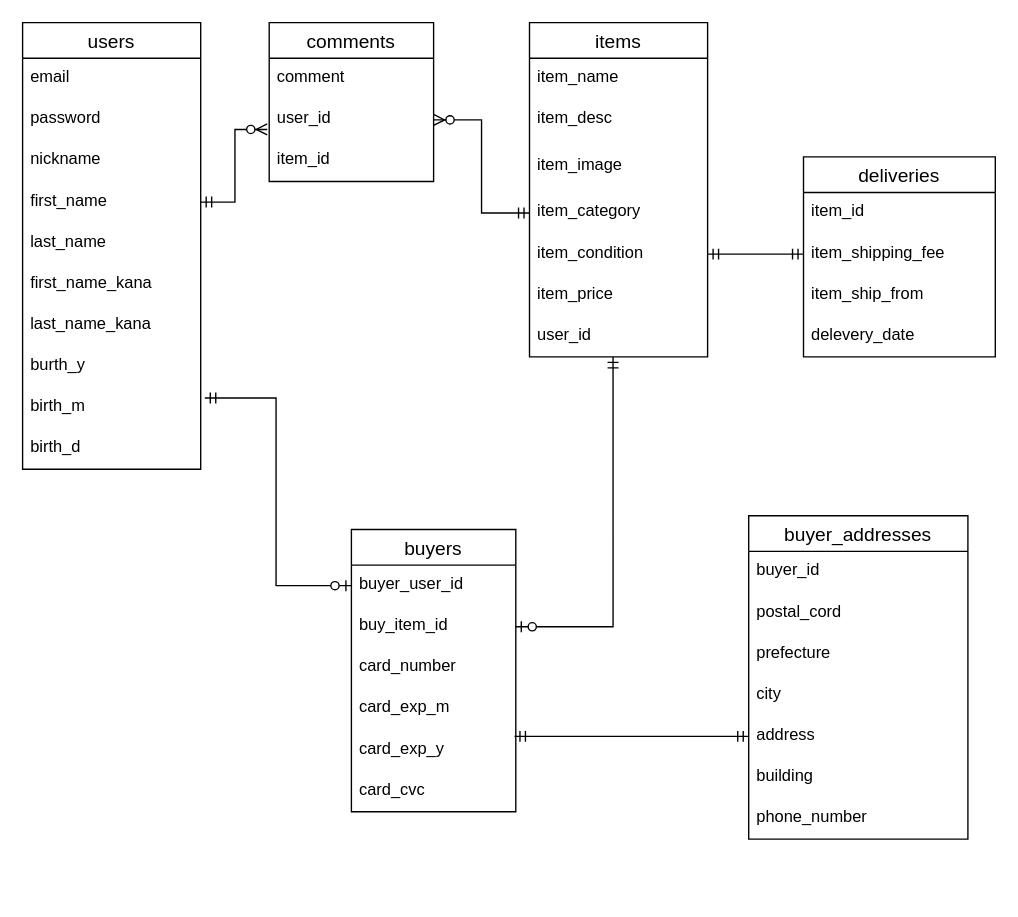
nzk-tomo/furima-31124 keeps this draw.io diagram as er.dio. Above is the earlier version. Source tidied: cells renumbered, new cells numbered last; positions are measured from the earlier drawing's top-left corner, leaving out a move shared by most shapes. Both pictures are drawn from the tidied source at 137%, with x=0, y=0 at pixel (22, 22).
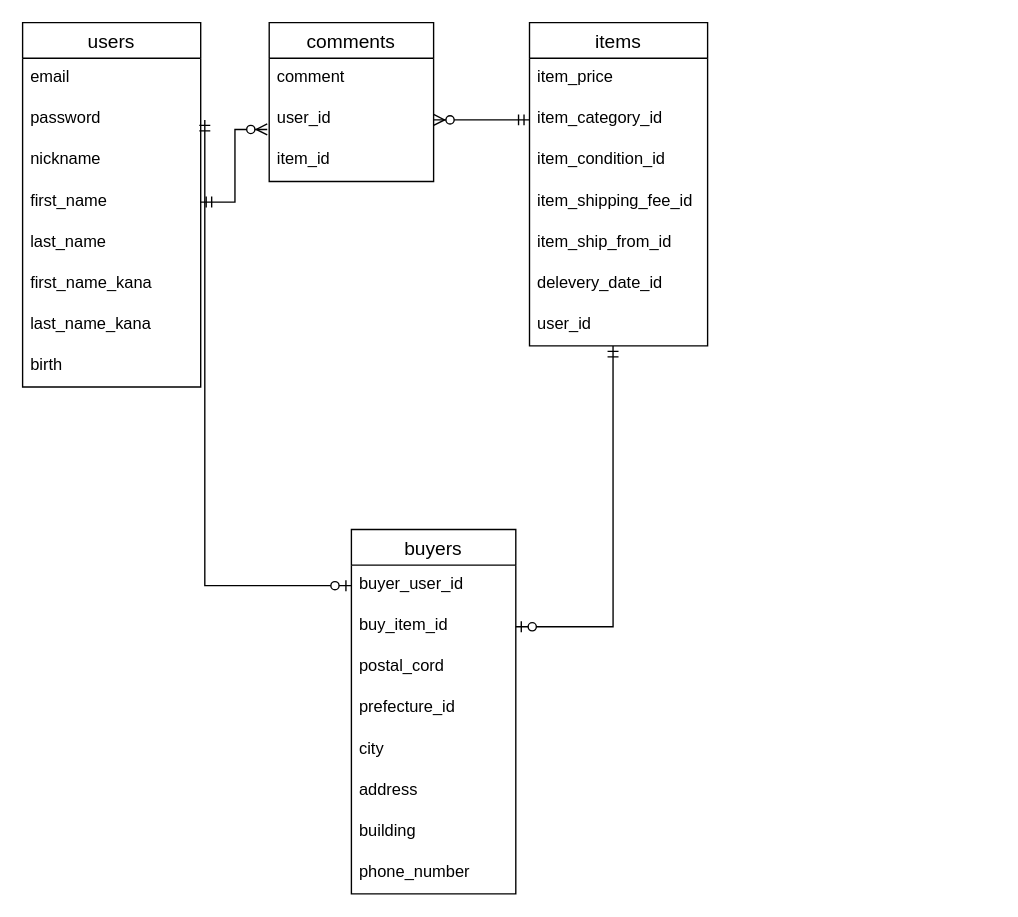
After the change.

The change refers to these unchanged cells:
```xml
<mxCell id="37" value="buyer_user_id" style="text;strokeColor=none;fillColor=none;spacingLeft=4;spacingRight=4;overflow=hidden;points=[[0,0.5],[1,0.5]];portConstraint=eastwest;fontSize=12;" parent="36" vertex="1">
  <mxGeometry y="26" width="120" height="30" as="geometry" />
</mxCell>
<mxCell id="38" value="buy_item_id" style="text;strokeColor=none;fillColor=none;spacingLeft=4;spacingRight=4;overflow=hidden;points=[[0,0.5],[1,0.5]];portConstraint=eastwest;fontSize=12;" parent="36" vertex="1">
  <mxGeometry y="56" width="120" height="30" as="geometry" />
</mxCell>
```

What changed in the source:
```diff
@@
-    <mxCell id="2" value="deliveries" style="swimlane;fontStyle=0;horizontal=1;startSize=26;align=center;fontSize=14;" parent="1" vertex="1">
-      <mxGeometry x="570" y="98" width="140" height="146" as="geometry" />
-    </mxCell>
-    <mxCell id="3" value="item_id" style="text;strokeColor=none;fillColor=none;spacingLeft=4;spacingRight=4;overflow=hidden;fontSize=12;" parent="2" vertex="1">
-      <mxGeometry y="26" width="140" height="30" as="geometry" />
-    </mxCell>
-    <mxCell id="4" value="item_shipping_fee" style="text;strokeColor=none;fillColor=none;spacingLeft=4;spacingRight=4;overflow=hidden;points=[[0,0.5],[1,0.5]];portConstraint=eastwest;fontSize=12;" parent="2" vertex="1">
-      <mxGeometry y="56" width="140" height="30" as="geometry" />
-    </mxCell>
-    <mxCell id="5" value="item_ship_from" style="text;strokeColor=none;fillColor=none;spacingLeft=4;spacingRight=4;overflow=hidden;fontSize=12;" parent="2" vertex="1">
-      <mxGeometry y="86" width="140" height="30" as="geometry" />
-    </mxCell>
-    <mxCell id="6" value="delevery_date" style="text;strokeColor=none;fillColor=none;spacingLeft=4;spacingRight=4;overflow=hidden;fontSize=12;" parent="2" vertex="1">
-      <mxGeometry y="116" width="140" height="30" as="geometry" />
-    </mxCell>
-    <mxCell id="7" style="edgeStyle=orthogonalEdgeStyle;rounded=0;jettySize=auto;html=1;exitX=0;exitY=0.5;exitDx=0;exitDy=0;startArrow=ERmandOne;startFill=0;endArrow=ERmandOne;endFill=0;" parent="1" edge="1" source="4" target="24">
-      <mxGeometry relative="1" as="geometry" />
-    </mxCell>
     <mxCell id="8" value="users" style="swimlane;fontStyle=0;horizontal=1;startSize=26;align=center;fontSize=14;" parent="1" vertex="1">
-      <mxGeometry width="130" height="326" as="geometry" />
+      <mxGeometry width="130" height="266" as="geometry" />
     </mxCell>
@@
-    <mxCell id="16" value="burth_y" style="text;strokeColor=none;fillColor=none;spacingLeft=4;spacingRight=4;overflow=hidden;fontSize=12;" parent="8" vertex="1">
+    <mxCell id="16" value="birth" style="text;strokeColor=none;fillColor=none;spacingLeft=4;spacingRight=4;overflow=hidden;fontSize=12;" parent="8" vertex="1">
       <mxGeometry y="236" width="130" height="30" as="geometry" />
     </mxCell>
-    <mxCell id="17" value="birth_m" style="text;strokeColor=none;fillColor=none;spacingLeft=4;spacingRight=4;overflow=hidden;points=[[0,0.5],[1,0.5]];portConstraint=eastwest;fontSize=12;" parent="8" vertex="1">
-      <mxGeometry y="266" width="130" height="30" as="geometry" />
-    </mxCell>
-    <mxCell id="18" value="birth_d" style="text;strokeColor=none;fillColor=none;spacingLeft=4;spacingRight=4;overflow=hidden;fontSize=12;" parent="8" vertex="1">
-      <mxGeometry y="296" width="130" height="30" as="geometry" />
-    </mxCell>
     <mxCell id="19" value="items" style="swimlane;fontStyle=0;horizontal=1;startSize=26;align=center;fontSize=14;" parent="1" vertex="1">
-      <mxGeometry x="370" width="130" height="244" as="geometry" />
+      <mxGeometry x="370" width="130" height="236" as="geometry" />
     </mxCell>
-    <mxCell id="20" value="item_name" style="text;strokeColor=none;fillColor=none;spacingLeft=4;spacingRight=4;overflow=hidden;fontSize=12;" parent="19" vertex="1">
-      <mxGeometry y="26" width="130" height="30" as="geometry" />
-    </mxCell>
-    <mxCell id="21" value="item_desc" style="text;strokeColor=none;fillColor=none;spacingLeft=4;spacingRight=4;overflow=hidden;fontSize=12;" parent="19" vertex="1">
-      <mxGeometry y="56" width="130" height="34" as="geometry" />
-    </mxCell>
-    <mxCell id="22" value="item_image" style="text;strokeColor=none;fillColor=none;spacingLeft=4;spacingRight=4;overflow=hidden;fontSize=12;" parent="19" vertex="1">
-      <mxGeometry y="90" width="130" height="34" as="geometry" />
-    </mxCell>
+    <mxCell id="25" value="item_price" style="text;strokeColor=none;fillColor=none;spacingLeft=4;spacingRight=4;overflow=hidden;fontSize=12;" parent="19" vertex="1">
+      <mxGeometry y="26" width="130" height="30" as="geometry" />
+    </mxCell>
-    <mxCell id="23" value="item_category" style="text;strokeColor=none;fillColor=none;spacingLeft=4;spacingRight=4;overflow=hidden;points=[[0,0.5],[1,0.5]];portConstraint=eastwest;fontSize=12;" parent="19" vertex="1">
-      <mxGeometry y="124" width="130" height="30" as="geometry" />
+    <mxCell id="23" value="item_category_id" style="text;strokeColor=none;fillColor=none;spacingLeft=4;spacingRight=4;overflow=hidden;points=[[0,0.5],[1,0.5]];portConstraint=eastwest;fontSize=12;" parent="19" vertex="1">
+      <mxGeometry y="56" width="130" height="30" as="geometry" />
     </mxCell>
-    <mxCell id="24" value="item_condition" style="text;strokeColor=none;fillColor=none;spacingLeft=4;spacingRight=4;overflow=hidden;points=[[0,0.5],[1,0.5]];portConstraint=eastwest;fontSize=12;" parent="19" vertex="1">
-      <mxGeometry y="154" width="130" height="30" as="geometry" />
+    <mxCell id="24" value="item_condition_id" style="text;strokeColor=none;fillColor=none;spacingLeft=4;spacingRight=4;overflow=hidden;points=[[0,0.5],[1,0.5]];portConstraint=eastwest;fontSize=12;" parent="19" vertex="1">
+      <mxGeometry y="86" width="130" height="30" as="geometry" />
     </mxCell>
-    <mxCell id="25" value="item_price" style="text;strokeColor=none;fillColor=none;spacingLeft=4;spacingRight=4;overflow=hidden;fontSize=12;" parent="19" vertex="1">
-      <mxGeometry y="184" width="130" height="30" as="geometry" />
-    </mxCell>
+    <mxCell id="4" value="item_shipping_fee_id" style="text;strokeColor=none;fillColor=none;spacingLeft=4;spacingRight=4;overflow=hidden;points=[[0,0.5],[1,0.5]];portConstraint=eastwest;fontSize=12;" parent="19" vertex="1">
+      <mxGeometry y="116" width="130" height="30" as="geometry" />
+    </mxCell>
+    <mxCell id="5" value="item_ship_from_id" style="text;strokeColor=none;fillColor=none;spacingLeft=4;spacingRight=4;overflow=hidden;fontSize=12;" parent="19" vertex="1">
+      <mxGeometry y="146" width="130" height="30" as="geometry" />
+    </mxCell>
+    <mxCell id="6" value="delevery_date_id" style="text;strokeColor=none;fillColor=none;spacingLeft=4;spacingRight=4;overflow=hidden;fontSize=12;" parent="19" vertex="1">
+      <mxGeometry y="176" width="130" height="30" as="geometry" />
+    </mxCell>
     <mxCell id="26" value="user_id" style="text;strokeColor=none;fillColor=none;spacingLeft=4;spacingRight=4;overflow=hidden;points=[[0,0.5],[1,0.5]];portConstraint=eastwest;fontSize=12;" parent="19" vertex="1">
-      <mxGeometry y="214" width="130" height="30" as="geometry" />
+      <mxGeometry y="206" width="130" height="30" as="geometry" />
     </mxCell>
@@
-    <mxCell id="33" style="edgeStyle=orthogonalEdgeStyle;rounded=0;jettySize=auto;html=1;exitX=1.023;exitY=0.267;exitDx=0;exitDy=0;entryX=0;entryY=0.5;entryDx=0;entryDy=0;startArrow=ERmandOne;startFill=0;endArrow=ERzeroToOne;endFill=1;exitPerimeter=0;" parent="1" edge="1" source="17" target="37">
+    <mxCell id="33" style="edgeStyle=orthogonalEdgeStyle;rounded=0;jettySize=auto;html=1;exitX=1.023;exitY=0.267;exitDx=0;exitDy=0;entryX=0;entryY=0.5;entryDx=0;entryDy=0;startArrow=ERmandOne;startFill=0;endArrow=ERzeroToOne;endFill=1;exitPerimeter=0;" parent="1" edge="1" source="8" target="37">
       <mxGeometry relative="1" as="geometry" />
     </mxCell>
-    <mxCell id="34" style="edgeStyle=orthogonalEdgeStyle;rounded=0;jettySize=auto;html=1;exitX=1;exitY=0.5;exitDx=0;exitDy=0;entryX=0.469;entryY=1;entryDx=0;entryDy=0;entryPerimeter=0;startArrow=ERzeroToOne;startFill=1;endArrow=ERmandOne;endFill=0;" parent="1" edge="1" source="38" target="26">
-      <mxGeometry relative="1" as="geometry">
-        <Array as="points">
-          <mxPoint x="431" y="441" />
-        </Array>
-      </mxGeometry>
-    </mxCell>
-    <mxCell id="35" style="edgeStyle=orthogonalEdgeStyle;rounded=0;jettySize=auto;html=1;exitX=0;exitY=0.5;exitDx=0;exitDy=0;entryX=0.992;entryY=0.167;entryDx=0;entryDy=0;startArrow=ERmandOne;startFill=0;endArrow=ERmandOne;endFill=0;entryPerimeter=0;" parent="1" edge="1" source="48" target="41">
-      <mxGeometry relative="1" as="geometry" />
-    </mxCell>
     <mxCell id="36" value="buyers" style="swimlane;fontStyle=0;horizontal=1;startSize=26;align=center;fontSize=14;" parent="1" vertex="1">
-      <mxGeometry x="240" y="370" width="120" height="206" as="geometry" />
+      <mxGeometry x="240" y="370" width="120" height="266" as="geometry" />
     </mxCell>
@@
-    <mxCell id="39" value="card_number" style="text;strokeColor=none;fillColor=none;spacingLeft=4;spacingRight=4;overflow=hidden;fontSize=12;" parent="36" vertex="1">
-      <mxGeometry y="86" width="120" height="30" as="geometry" />
-    </mxCell>
-    <mxCell id="40" value="card_exp_m" style="text;strokeColor=none;fillColor=none;spacingLeft=4;spacingRight=4;overflow=hidden;fontSize=12;" parent="36" vertex="1">
-      <mxGeometry y="116" width="120" height="30" as="geometry" />
-    </mxCell>
-    <mxCell id="41" value="card_exp_y" style="text;strokeColor=none;fillColor=none;spacingLeft=4;spacingRight=4;overflow=hidden;points=[[0,0.5],[1,0.5]];portConstraint=eastwest;fontSize=12;" parent="36" vertex="1">
-      <mxGeometry y="146" width="120" height="30" as="geometry" />
-    </mxCell>
-    <mxCell id="42" value="card_cvc" style="text;strokeColor=none;fillColor=none;spacingLeft=4;spacingRight=4;overflow=hidden;fontSize=12;" parent="36" vertex="1">
-      <mxGeometry y="176" width="120" height="30" as="geometry" />
-    </mxCell>
-    <mxCell id="43" value="buyer_addresses" style="swimlane;fontStyle=0;horizontal=1;startSize=26;align=center;fontSize=14;" parent="1" vertex="1">
-      <mxGeometry x="530" y="360" width="160" height="236" as="geometry" />
-    </mxCell>
-    <mxCell id="44" value="buyer_id" style="text;strokeColor=none;fillColor=none;spacingLeft=4;spacingRight=4;overflow=hidden;fontSize=12;" parent="43" vertex="1">
-      <mxGeometry y="26" width="160" height="30" as="geometry" />
-    </mxCell>
-    <mxCell id="45" value="postal_cord" style="text;strokeColor=none;fillColor=none;spacingLeft=4;spacingRight=4;overflow=hidden;fontSize=12;" parent="43" vertex="1">
-      <mxGeometry y="56" width="160" height="30" as="geometry" />
+    <mxCell id="45" value="postal_cord" style="text;strokeColor=none;fillColor=none;spacingLeft=4;spacingRight=4;overflow=hidden;fontSize=12;" parent="36" vertex="1">
+      <mxGeometry y="86" width="120" height="30" as="geometry" />
     </mxCell>
-    <mxCell id="46" value="prefecture" style="text;strokeColor=none;fillColor=none;spacingLeft=4;spacingRight=4;overflow=hidden;fontSize=12;" parent="43" vertex="1">
-      <mxGeometry y="86" width="160" height="30" as="geometry" />
+    <mxCell id="46" value="prefecture_id" style="text;strokeColor=none;fillColor=none;spacingLeft=4;spacingRight=4;overflow=hidden;fontSize=12;" parent="36" vertex="1">
+      <mxGeometry y="116" width="120" height="30" as="geometry" />
     </mxCell>
-    <mxCell id="47" value="city" style="text;strokeColor=none;fillColor=none;spacingLeft=4;spacingRight=4;overflow=hidden;fontSize=12;" parent="43" vertex="1">
-      <mxGeometry y="116" width="160" height="30" as="geometry" />
+    <mxCell id="47" value="city" style="text;strokeColor=none;fillColor=none;spacingLeft=4;spacingRight=4;overflow=hidden;fontSize=12;" parent="36" vertex="1">
+      <mxGeometry y="146" width="120" height="30" as="geometry" />
     </mxCell>
-    <mxCell id="48" value="address" style="text;strokeColor=none;fillColor=none;spacingLeft=4;spacingRight=4;overflow=hidden;points=[[0,0.5],[1,0.5]];portConstraint=eastwest;fontSize=12;" parent="43" vertex="1">
-      <mxGeometry y="146" width="160" height="30" as="geometry" />
+    <mxCell id="48" value="address" style="text;strokeColor=none;fillColor=none;spacingLeft=4;spacingRight=4;overflow=hidden;points=[[0,0.5],[1,0.5]];portConstraint=eastwest;fontSize=12;" parent="36" vertex="1">
+      <mxGeometry y="176" width="120" height="30" as="geometry" />
     </mxCell>
-    <mxCell id="49" value="building" style="text;strokeColor=none;fillColor=none;spacingLeft=4;spacingRight=4;overflow=hidden;fontSize=12;" parent="43" vertex="1">
-      <mxGeometry y="176" width="160" height="30" as="geometry" />
+    <mxCell id="49" value="building" style="text;strokeColor=none;fillColor=none;spacingLeft=4;spacingRight=4;overflow=hidden;fontSize=12;" parent="36" vertex="1">
+      <mxGeometry y="206" width="120" height="30" as="geometry" />
     </mxCell>
-    <mxCell id="50" value="phone_number" style="text;strokeColor=none;fillColor=none;spacingLeft=4;spacingRight=4;overflow=hidden;fontSize=12;" parent="43" vertex="1">
-      <mxGeometry y="206" width="160" height="30" as="geometry" />
+    <mxCell id="50" value="phone_number" style="text;strokeColor=none;fillColor=none;spacingLeft=4;spacingRight=4;overflow=hidden;fontSize=12;" parent="36" vertex="1">
+      <mxGeometry y="236" width="120" height="30" as="geometry" />
     </mxCell>
+    <mxCell id="34" style="edgeStyle=orthogonalEdgeStyle;rounded=0;jettySize=auto;html=1;entryX=0.469;entryY=1;entryDx=0;entryDy=0;entryPerimeter=0;startArrow=ERzeroToOne;startFill=1;endArrow=ERmandOne;endFill=0;exitX=1;exitY=0.5;exitDx=0;exitDy=0;" parent="1" edge="1" source="38" target="26">
+      <mxGeometry relative="1" as="geometry">
+        <Array as="points">
+          <mxPoint x="431" y="441" />
+        </Array>
+      </mxGeometry>
+    </mxCell>
```
